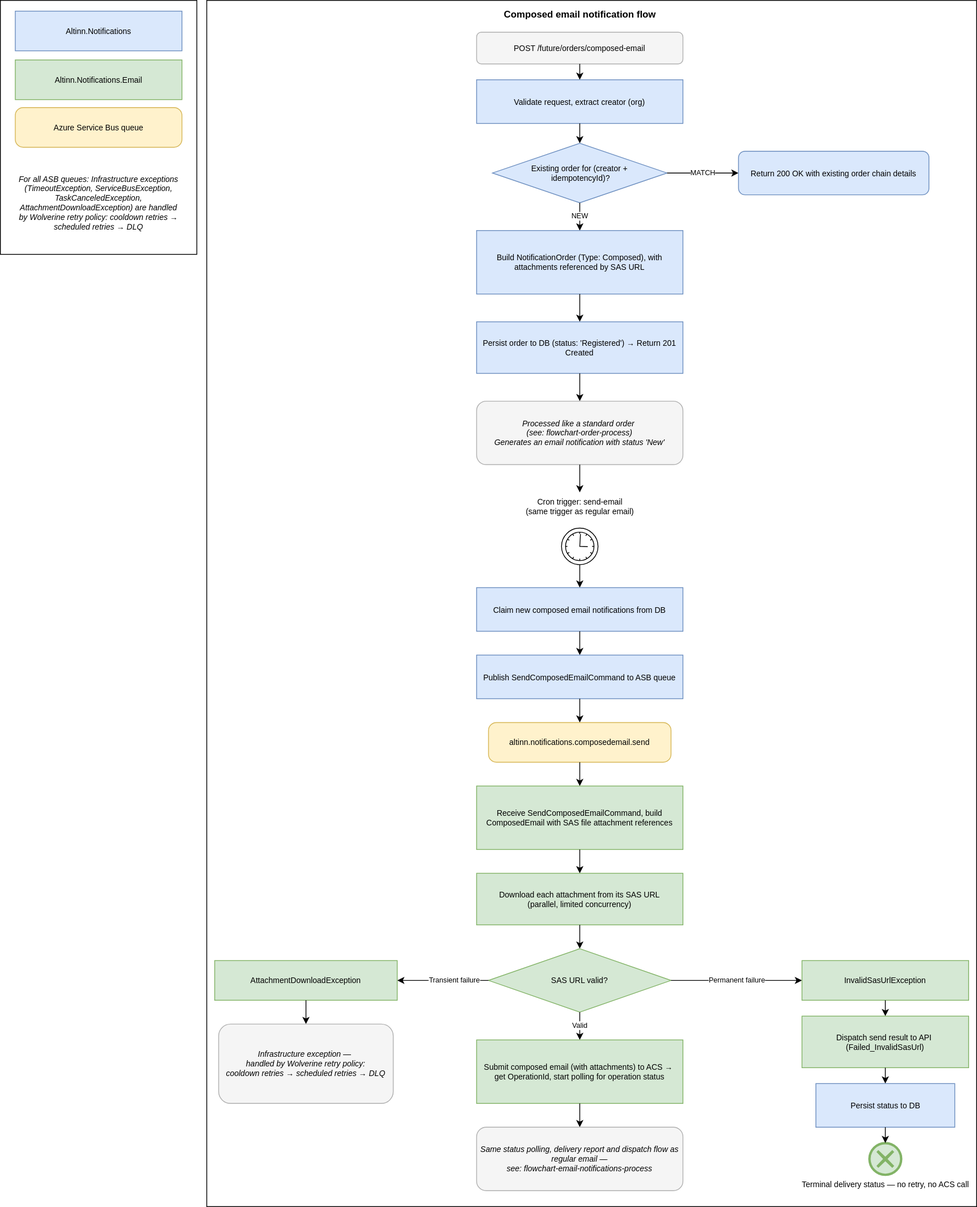
Altinn/altinn-notifications keeps this draw.io diagram as docs/architecture/diagrams/flowchart-composed-email-notifications-process.svg. Above is the earlier version. Source tidied: cells renumbered, new cells last; positions are measured from the earlier drawing's top-left corner, leaving out a move shared by most shapes.
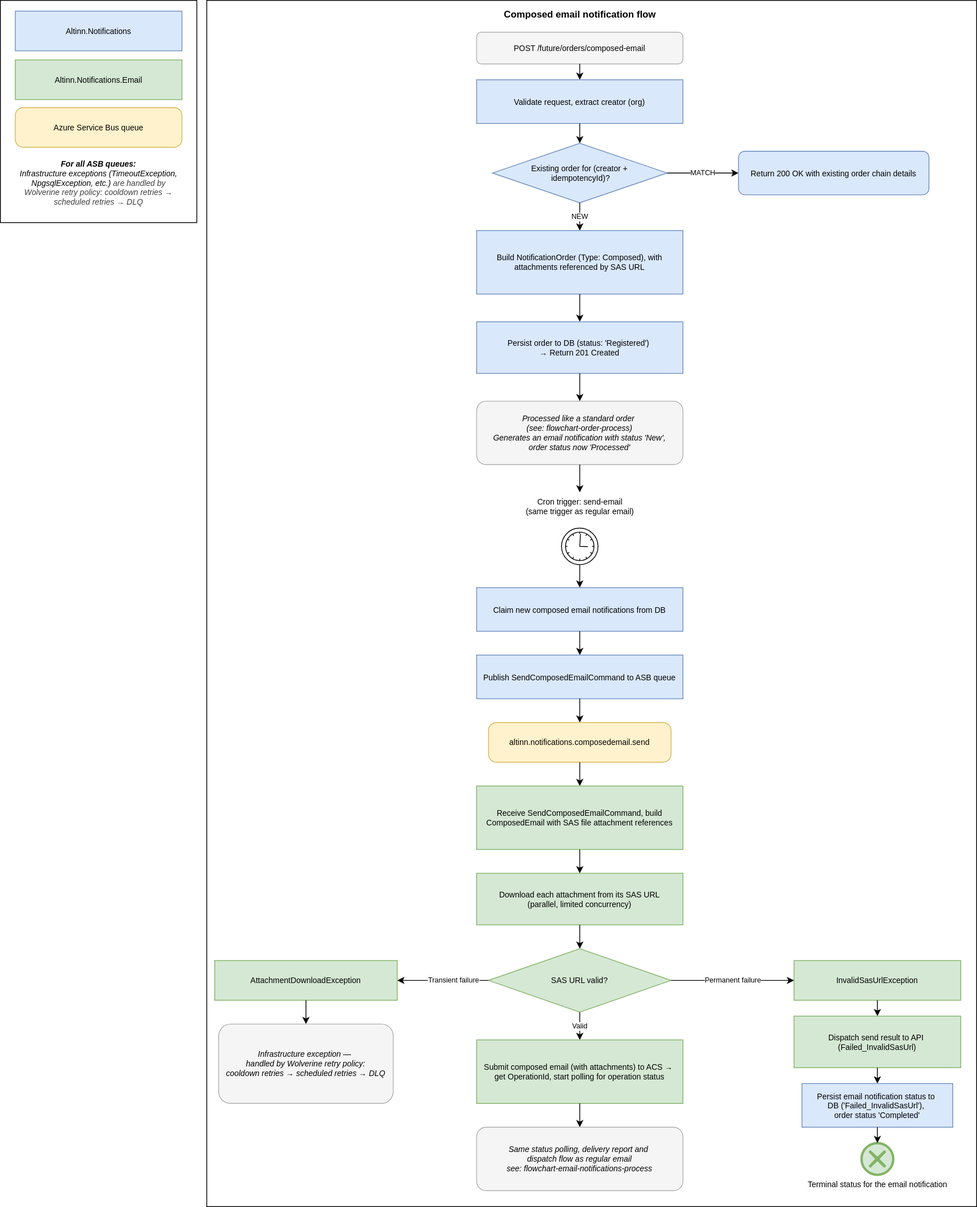
After the change.

Change to the diagram source:
```diff
@@ -3,7 +3,7 @@
     <mxCell id="0" />
     <mxCell id="1" parent="0" />
     <mxCell id="2" style="rounded=0;whiteSpace=wrap;html=1;" parent="1" vertex="1">
-      <mxGeometry width="247.5" height="320" as="geometry" />
+      <mxGeometry width="247.5" height="280" as="geometry" />
     </mxCell>
     <mxCell id="3" style="rounded=0;whiteSpace=wrap;html=1;" parent="1" vertex="1">
       <mxGeometry x="260" width="970" height="1520" as="geometry" />
@@ -41,13 +41,13 @@
     <mxCell id="14" style="edgeStyle=orthogonalEdgeStyle;html=1;" parent="1" edge="1" source="13" target="15">
       <mxGeometry relative="1" as="geometry" />
     </mxCell>
-    <mxCell id="15" value="Persist order to DB (status: 'Registered') → Return 201 Created" style="rounded=0;whiteSpace=wrap;html=1;fillColor=#dae8fc;strokeColor=#6c8ebf;fontSize=10;" parent="1" vertex="1">
+    <mxCell id="15" value="Persist order to DB (status: 'Registered')&amp;nbsp;&lt;div&gt;→ Return 201 Created&lt;/div&gt;" style="rounded=0;whiteSpace=wrap;html=1;fillColor=#dae8fc;strokeColor=#6c8ebf;fontSize=10;" parent="1" vertex="1">
       <mxGeometry x="600" y="405" width="260" height="65" as="geometry" />
     </mxCell>
     <mxCell id="16" style="edgeStyle=orthogonalEdgeStyle;html=1;" parent="1" edge="1" source="15" target="17">
       <mxGeometry relative="1" as="geometry" />
     </mxCell>
-    <mxCell id="17" value="Processed like a standard order&amp;nbsp;&lt;div&gt;(see: flowchart-order-process)&lt;div&gt;Generates an email notification with status 'New'&lt;/div&gt;&lt;/div&gt;" style="rounded=1;whiteSpace=wrap;html=1;fillColor=#f5f5f5;strokeColor=#b0b0b0;fontSize=10;fontStyle=2;" parent="1" vertex="1">
+    <mxCell id="17" value="Processed like a standard order&amp;nbsp;&lt;div&gt;(see: flowchart-order-process)&lt;div&gt;Generates an email notification with status 'New',&lt;/div&gt;&lt;/div&gt;&lt;div&gt;order status now 'Processed'&lt;/div&gt;" style="rounded=1;whiteSpace=wrap;html=1;fillColor=#f5f5f5;strokeColor=#b0b0b0;fontSize=10;fontStyle=2;" parent="1" vertex="1">
       <mxGeometry x="600" y="505" width="260" height="80" as="geometry" />
     </mxCell>
     <mxCell id="18" style="edgeStyle=orthogonalEdgeStyle;html=1;" parent="1" edge="1" source="17" target="19">
@@ -106,19 +106,19 @@
       </mxGeometry>
     </mxCell>
     <mxCell id="35" value="InvalidSasUrlException" style="rounded=0;whiteSpace=wrap;html=1;fillColor=#d5e8d4;strokeColor=#82b366;fontSize=10;" parent="1" vertex="1">
-      <mxGeometry x="1010" y="1210" width="210" height="50" as="geometry" />
+      <mxGeometry x="1000" y="1210" width="210" height="50" as="geometry" />
     </mxCell>
     <mxCell id="36" style="edgeStyle=orthogonalEdgeStyle;html=1;exitX=0.5;exitY=1;exitDx=0;exitDy=0;" parent="1" edge="1" source="35" target="37">
       <mxGeometry relative="1" as="geometry" />
     </mxCell>
     <mxCell id="37" value="Dispatch send result to API&amp;nbsp;&lt;div&gt;(Failed_InvalidSasUrl)&lt;/div&gt;" style="rounded=0;whiteSpace=wrap;html=1;fillColor=#d5e8d4;strokeColor=#82b366;fontSize=10;" parent="1" vertex="1">
-      <mxGeometry x="1010" y="1280" width="210" height="65" as="geometry" />
+      <mxGeometry x="1000" y="1280" width="210" height="65" as="geometry" />
     </mxCell>
     <mxCell id="38" style="edgeStyle=orthogonalEdgeStyle;html=1;entryX=0.5;entryY=0;entryDx=0;entryDy=0;" parent="1" edge="1" source="37" target="51">
       <mxGeometry relative="1" as="geometry" />
     </mxCell>
-    <mxCell id="39" value="Terminal delivery status — no retry, no ACS call" style="points=[[0.145,0.145,0],[0.5,0,0],[0.855,0.145,0],[1,0.5,0],[0.855,0.855,0],[0.5,1,0],[0.145,0.855,0],[0,0.5,0]];shape=mxgraph.bpmn.event;html=1;verticalLabelPosition=bottom;labelBackgroundColor=#ffffff;verticalAlign=top;align=center;perimeter=ellipsePerimeter;outlineConnect=0;outline=end;symbol=cancel;fillColor=#d5e8d4;strokeColor=#82b366;fontSize=10;" parent="1" vertex="1">
-      <mxGeometry x="1095" y="1440" width="40" height="40" as="geometry" />
+    <mxCell id="39" value="Terminal status for the email notification" style="points=[[0.145,0.145,0],[0.5,0,0],[0.855,0.145,0],[1,0.5,0],[0.855,0.855,0],[0.5,1,0],[0.145,0.855,0],[0,0.5,0]];shape=mxgraph.bpmn.event;html=1;verticalLabelPosition=bottom;labelBackgroundColor=#ffffff;verticalAlign=top;align=center;perimeter=ellipsePerimeter;outlineConnect=0;outline=end;symbol=cancel;fillColor=#d5e8d4;strokeColor=#82b366;fontSize=10;" parent="1" vertex="1">
+      <mxGeometry x="1085" y="1440" width="40" height="40" as="geometry" />
     </mxCell>
     <mxCell id="40" value="Transient failure" style="edgeStyle=orthogonalEdgeStyle;html=1;exitX=0;exitY=0.5;exitDx=0;exitDy=0;fontSize=9;entryX=1;entryY=0.5;entryDx=0;entryDy=0;" parent="1" edge="1" source="32" target="41">
       <mxGeometry x="-0.24" relative="1" as="geometry">
@@ -143,7 +143,7 @@
     <mxCell id="45" style="edgeStyle=orthogonalEdgeStyle;html=1;" parent="1" edge="1" source="44" target="46">
       <mxGeometry relative="1" as="geometry" />
     </mxCell>
-    <mxCell id="46" value="Same status polling, delivery report and dispatch flow as regular email —&lt;div&gt;see: flowchart-email-notifications-process&lt;/div&gt;" style="rounded=1;whiteSpace=wrap;html=1;fillColor=#f5f5f5;strokeColor=#b0b0b0;fontSize=10;fontStyle=2;" parent="1" vertex="1">
+    <mxCell id="46" value="&lt;font&gt;Same status polling, delivery report and&amp;nbsp;&lt;/font&gt;&lt;div&gt;&lt;font&gt;dispatch flow as regular email&lt;/font&gt;&lt;div&gt;&lt;font&gt;see: flowchart-email-notifications-process&lt;/font&gt;&lt;/div&gt;&lt;/div&gt;" style="rounded=1;whiteSpace=wrap;html=1;fillColor=#f5f5f5;strokeColor=#b0b0b0;fontSize=10;fontStyle=2;" parent="1" vertex="1">
       <mxGeometry x="600" y="1420" width="260" height="80" as="geometry" />
     </mxCell>
     <mxCell id="47" value="Altinn.Notifications" style="rounded=0;whiteSpace=wrap;html=1;fillColor=#dae8fc;strokeColor=#6c8ebf;fontSize=10;" parent="1" vertex="1">
@@ -155,14 +155,14 @@
     <mxCell id="49" value="Azure Service Bus queue" style="rounded=1;whiteSpace=wrap;html=1;fillColor=#fff2cc;strokeColor=#d6b656;arcSize=20;fontSize=10;" parent="1" vertex="1">
       <mxGeometry x="18.8" y="135" width="210" height="50" as="geometry" />
     </mxCell>
-    <mxCell id="50" value="For all ASB queues: Infrastructure exceptions (TimeoutException, ServiceBusException, TaskCanceledException, AttachmentDownloadException) are handled by Wolverine retry policy: cooldown retries → scheduled retries → DLQ" style="rounded=1;whiteSpace=wrap;html=1;fontSize=10;fontStyle=2;strokeColor=none;" parent="1" vertex="1">
-      <mxGeometry x="18.8" y="195" width="210" height="120" as="geometry" />
-    </mxCell>
-    <mxCell id="51" value="Persist status to DB" style="rounded=0;whiteSpace=wrap;html=1;fillColor=#dae8fc;strokeColor=#6c8ebf;fontSize=10;" parent="1" vertex="1">
-      <mxGeometry x="1027.5" y="1365" width="175" height="55" as="geometry" />
+    <mxCell id="51" value="&lt;font&gt;Persist email notification status to&amp;nbsp;&lt;/font&gt;&lt;div&gt;&lt;font&gt;DB ('Failed_InvalidSasUrl'),&amp;nbsp;&lt;/font&gt;&lt;div&gt;&lt;font&gt;order status 'Completed'&lt;/font&gt;&lt;/div&gt;&lt;/div&gt;" style="rounded=0;whiteSpace=wrap;html=1;fillColor=#dae8fc;strokeColor=#6c8ebf;fontSize=10;" parent="1" vertex="1">
+      <mxGeometry x="1010" y="1365" width="190" height="55" as="geometry" />
     </mxCell>
     <mxCell id="52" style="edgeStyle=orthogonalEdgeStyle;html=1;exitX=0.5;exitY=1;exitDx=0;exitDy=0;entryX=0.5;entryY=0;entryDx=0;entryDy=0;entryPerimeter=0;" parent="1" edge="1" source="51" target="39">
       <mxGeometry relative="1" as="geometry" />
     </mxCell>
+    <mxCell id="53" value="&lt;div&gt;&lt;font&gt;&lt;b&gt;For all ASB queues:&lt;/b&gt;&lt;/font&gt;&lt;/div&gt;&lt;font&gt;Infrastructure exceptions (TimeoutException, NpgsqlException, etc.)&amp;nbsp;&lt;/font&gt;&lt;span style=&quot;color: rgb(63, 63, 63); background-color: transparent;&quot;&gt;are handled by Wolverine retry policy:&amp;nbsp;&lt;/span&gt;&lt;span style=&quot;color: rgb(63, 63, 63); background-color: transparent;&quot;&gt;cooldown retries → scheduled retries → DLQ&lt;/span&gt;" style="rounded=1;whiteSpace=wrap;html=1;fontSize=10;fontStyle=2;strokeColor=none;" parent="1" vertex="1">
+      <mxGeometry x="18.8" y="190" width="210" height="80" as="geometry" />
+    </mxCell>
   </root>
 </mxGraphModel>
```
